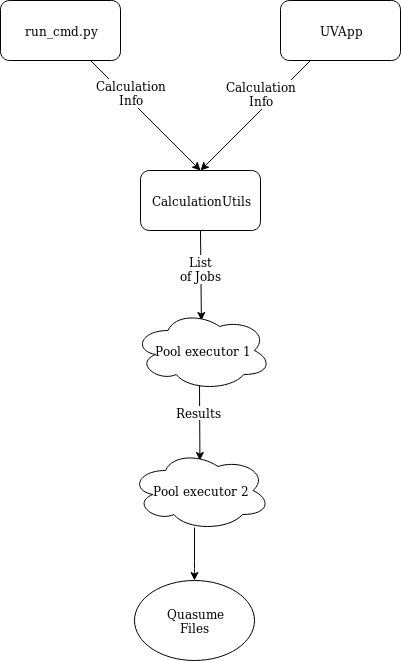
Earlier version of the draw.io export assets/technical_detail_1.png (pec0ra/buvic). Source tidied: cells renumbered, new cells last; positions are measured from the earlier drawing's top-left corner, leaving out a move shared by most shapes.
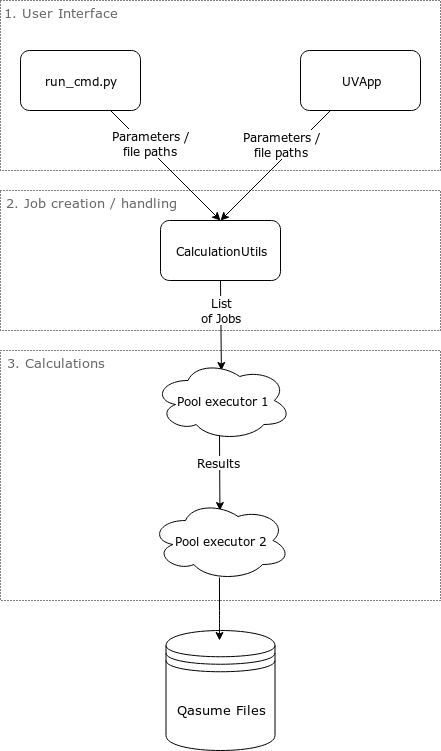
After the change.

Commit message:
[WIP] Technical detail section in readme

The edit, as a diff of the source:
```diff
@@ -2,64 +2,84 @@
   <root>
     <mxCell id="0" />
     <mxCell id="1" parent="0" />
-    <mxCell id="2" value="run_cmd.py" style="rounded=1;whiteSpace=wrap;html=1;" parent="1" vertex="1">
-      <mxGeometry width="120" height="60" as="geometry" />
+    <mxCell id="2" style="rounded=0;whiteSpace=wrap;html=1;fontFamily=Verdana;dashed=1;dashPattern=1 2;fillColor=none;" parent="1" vertex="1">
+      <mxGeometry x="-20" y="360" width="440" height="250" as="geometry" />
     </mxCell>
-    <mxCell id="3" value="UVApp" style="rounded=1;whiteSpace=wrap;html=1;" parent="1" vertex="1">
-      <mxGeometry x="280" width="120" height="60" as="geometry" />
+    <mxCell id="3" style="rounded=0;whiteSpace=wrap;html=1;fontFamily=Verdana;dashed=1;dashPattern=1 2;fillColor=none;" parent="1" vertex="1">
+      <mxGeometry x="-20" y="200" width="440" height="140" as="geometry" />
     </mxCell>
-    <mxCell id="4" value="CalculationUtils" style="rounded=1;whiteSpace=wrap;html=1;" parent="1" vertex="1">
-      <mxGeometry x="140" y="170" width="120" height="60" as="geometry" />
+    <mxCell id="4" style="rounded=0;whiteSpace=wrap;html=1;fontFamily=Verdana;dashed=1;dashPattern=1 2;fillColor=none;" parent="1" vertex="1">
+      <mxGeometry x="-20" y="10" width="440" height="170" as="geometry" />
     </mxCell>
-    <mxCell id="5" style="endArrow=classic;html=1;exitX=0.75;exitY=1;exitDx=0;exitDy=0;entryX=0.5;entryY=0;entryDx=0;entryDy=0;" parent="1" edge="1" source="2" target="4">
-      <mxGeometry relative="1" as="geometry" />
+    <mxCell id="5" value="run_cmd.py" style="rounded=1;whiteSpace=wrap;html=1;fontFamily=Verdana;" parent="1" vertex="1">
+      <mxGeometry y="60" width="120" height="60" as="geometry" />
     </mxCell>
-    <mxCell id="6" value="&lt;div&gt;Calculation&lt;/div&gt;&lt;div&gt;Info&lt;br&gt;&lt;/div&gt;" style="text;html=1;align=center;verticalAlign=middle;points=[];labelBackgroundColor=#ffffff;" parent="5" vertex="1">
-      <mxGeometry x="-0.38" y="3" relative="1" as="geometry">
-        <mxPoint x="4" as="offset" />
-      </mxGeometry>
+    <mxCell id="6" value="UVApp" style="rounded=1;whiteSpace=wrap;html=1;fontFamily=Verdana;" parent="1" vertex="1">
+      <mxGeometry x="280" y="60" width="120" height="60" as="geometry" />
     </mxCell>
-    <mxCell id="7" style="endArrow=classic;html=1;exitX=0.25;exitY=1;exitDx=0;exitDy=0;entryX=0.5;entryY=0;entryDx=0;entryDy=0;" parent="1" edge="1" source="3" target="4">
-      <mxGeometry relative="1" as="geometry" />
+    <mxCell id="7" value="CalculationUtils" style="rounded=1;whiteSpace=wrap;html=1;fontFamily=Verdana;" parent="1" vertex="1">
+      <mxGeometry x="140" y="230" width="120" height="60" as="geometry" />
     </mxCell>
-    <mxCell id="8" value="&lt;div&gt;Calculation&lt;/div&gt;&lt;div&gt;Info&lt;br&gt;&lt;/div&gt;" style="text;html=1;align=center;verticalAlign=middle;labelBackgroundColor=#ffffff;" parent="7" vertex="1">
-      <mxGeometry x="-0.43" y="1" relative="1" as="geometry">
-        <mxPoint x="-18" as="offset" />
-      </mxGeometry>
+    <mxCell id="8" style="endArrow=classic;html=1;exitX=0.75;exitY=1;exitDx=0;exitDy=0;entryX=0.5;entryY=0;entryDx=0;entryDy=0;fontFamily=Verdana;" parent="1" edge="1" source="5" target="7">
+      <mxGeometry relative="1" as="geometry" />
     </mxCell>
-    <mxCell id="9" style="endArrow=classic;html=1;exitX=0.5;exitY=1;exitDx=0;exitDy=0;entryX=0.492;entryY=0.125;entryDx=0;entryDy=0;entryPerimeter=0;" parent="1" edge="1" source="4" target="11">
-      <mxGeometry relative="1" as="geometry" />
+    <mxCell id="9" value="&lt;div&gt;Parameters /&lt;/div&gt;&lt;div&gt;file paths&lt;br&gt;&lt;/div&gt;" style="text;html=1;align=center;verticalAlign=middle;labelBackgroundColor=#ffffff;fontFamily=Verdana;" parent="8" vertex="1">
+      <mxGeometry x="-0.38" y="3" relative="1" as="geometry">
+        <mxPoint x="4" as="offset" />
+      </mxGeometry>
     </mxCell>
-    <mxCell id="10" value="&lt;div&gt;List&lt;/div&gt;&lt;div&gt;of Jobs&lt;br&gt;&lt;/div&gt;" style="text;html=1;align=center;verticalAlign=middle;labelBackgroundColor=#ffffff;" parent="9" vertex="1">
-      <mxGeometry x="-0.38" relative="1" as="geometry">
-        <mxPoint y="10" as="offset" />
-      </mxGeometry>
+    <mxCell id="10" style="endArrow=classic;html=1;exitX=0.25;exitY=1;exitDx=0;exitDy=0;entryX=0.5;entryY=0;entryDx=0;entryDy=0;fontFamily=Verdana;" parent="1" edge="1" source="6" target="7">
+      <mxGeometry relative="1" as="geometry" />
     </mxCell>
-    <mxCell id="11" value="Pool executor 1" style="ellipse;shape=cloud;whiteSpace=wrap;html=1;" parent="1" vertex="1">
-      <mxGeometry x="133" y="310" width="138" height="80" as="geometry" />
+    <mxCell id="11" value="&lt;div&gt;Parameters /&lt;/div&gt;&lt;div&gt;file paths&lt;br&gt;&lt;/div&gt;" style="text;html=1;align=center;verticalAlign=middle;points=[];labelBackgroundColor=#ffffff;fontFamily=Verdana;" parent="10" vertex="1">
+      <mxGeometry x="-0.43" y="1" relative="1" as="geometry">
+        <mxPoint x="-18" as="offset" />
+      </mxGeometry>
     </mxCell>
-    <mxCell id="12" style="endArrow=classic;html=1;entryX=0.496;entryY=0.125;entryDx=0;entryDy=0;entryPerimeter=0;" parent="1" edge="1" target="14">
-      <mxGeometry relative="1" as="geometry">
-        <mxPoint x="199" y="385" as="sourcePoint" />
-      </mxGeometry>
+    <mxCell id="12" style="endArrow=classic;html=1;exitX=0.5;exitY=1;exitDx=0;exitDy=0;entryX=0.492;entryY=0.125;entryDx=0;entryDy=0;entryPerimeter=0;fontFamily=Verdana;" parent="1" edge="1" source="7" target="14">
+      <mxGeometry relative="1" as="geometry" />
     </mxCell>
-    <mxCell id="13" value="Results" style="text;html=1;align=center;verticalAlign=middle;labelBackgroundColor=#ffffff;" parent="12" vertex="1">
-      <mxGeometry x="-0.34" y="-3" relative="1" as="geometry">
-        <mxPoint x="2" y="1" as="offset" />
+    <mxCell id="13" value="&lt;div&gt;List&lt;/div&gt;&lt;div&gt;of Jobs&lt;br&gt;&lt;/div&gt;" style="text;html=1;align=center;verticalAlign=middle;labelBackgroundColor=#ffffff;fontFamily=Verdana;" parent="12" vertex="1">
+      <mxGeometry x="-0.38" relative="1" as="geometry">
+        <mxPoint y="1" as="offset" />
       </mxGeometry>
     </mxCell>
-    <mxCell id="14" value="Pool executor 2" style="ellipse;shape=cloud;whiteSpace=wrap;html=1;" parent="1" vertex="1">
-      <mxGeometry x="130" y="450" width="140" height="80" as="geometry" />
+    <mxCell id="14" value="Pool executor 1" style="ellipse;shape=cloud;whiteSpace=wrap;html=1;fontFamily=Verdana;" parent="1" vertex="1">
+      <mxGeometry x="133" y="370" width="138" height="80" as="geometry" />
     </mxCell>
-    <mxCell id="15" style="endArrow=classic;html=1;exitX=0.457;exitY=0.963;exitDx=0;exitDy=0;exitPerimeter=0;" parent="1" edge="1" source="14" target="16">
+    <mxCell id="15" style="endArrow=classic;html=1;entryX=0.496;entryY=0.125;entryDx=0;entryDy=0;entryPerimeter=0;fontFamily=Verdana;" parent="1" edge="1" target="17">
       <mxGeometry relative="1" as="geometry">
-        <Array as="points">
-          <mxPoint x="194" y="570" />
-        </Array>
+        <mxPoint x="199" y="445" as="sourcePoint" />
       </mxGeometry>
     </mxCell>
-    <mxCell id="16" value="&lt;div&gt;Quasume&lt;/div&gt;&lt;div&gt;Files&lt;br&gt;&lt;/div&gt;" style="ellipse;whiteSpace=wrap;html=1;" parent="1" vertex="1">
-      <mxGeometry x="134" y="580" width="120" height="80" as="geometry" />
+    <mxCell id="16" value="Results" style="text;html=1;align=center;verticalAlign=middle;points=[];labelBackgroundColor=#ffffff;fontFamily=Verdana;" parent="15" vertex="1">
+      <mxGeometry x="-0.34" y="-3" relative="1" as="geometry">
+        <mxPoint x="2" y="1" as="offset" />
+      </mxGeometry>
     </mxCell>
+    <mxCell id="17" value="Pool executor 2" style="ellipse;shape=cloud;whiteSpace=wrap;html=1;fontFamily=Verdana;" parent="1" vertex="1">
+      <mxGeometry x="130" y="510" width="140" height="80" as="geometry" />
+    </mxCell>
+    <mxCell id="18" style="endArrow=classic;html=1;exitX=0.457;exitY=0.963;exitDx=0;exitDy=0;exitPerimeter=0;fontFamily=Verdana;" parent="1" edge="1">
+      <mxGeometry relative="1" as="geometry">
+        <mxPoint x="199" y="587" as="sourcePoint" />
+        <mxPoint x="199" y="650" as="targetPoint" />
+        <Array as="points">
+          <mxPoint x="199" y="630" />
+        </Array>
+      </mxGeometry>
+    </mxCell>
+    <mxCell id="19" value="1. User Interface" style="text;html=1;strokeColor=none;fillColor=none;align=center;verticalAlign=middle;whiteSpace=wrap;rounded=0;dashed=1;dashPattern=1 2;fontFamily=Verdana;fontSize=13;fontColor=#666666;" parent="1" vertex="1">
+      <mxGeometry x="-20" y="12" width="120" height="20" as="geometry" />
+    </mxCell>
+    <mxCell id="20" value="2. Job creation / handling" style="text;html=1;strokeColor=none;fillColor=none;align=center;verticalAlign=middle;whiteSpace=wrap;rounded=0;dashed=1;dashPattern=1 2;fontFamily=Verdana;fontSize=13;fontColor=#666666;" parent="1" vertex="1">
+      <mxGeometry x="-20" y="202" width="180" height="20" as="geometry" />
+    </mxCell>
+    <mxCell id="21" value="3. Calculations" style="text;html=1;strokeColor=none;fillColor=none;align=center;verticalAlign=middle;whiteSpace=wrap;rounded=0;dashed=1;dashPattern=1 2;fontFamily=Verdana;fontSize=13;fontColor=#666666;" parent="1" vertex="1">
+      <mxGeometry x="-20" y="362" width="110" height="20" as="geometry" />
+    </mxCell>
+    <mxCell id="22" value="Qasume Files" style="shape=datastore;whiteSpace=wrap;html=1;fillColor=none;fontFamily=Verdana;fontSize=13;fontColor=#000000;" parent="1" vertex="1">
+      <mxGeometry x="145.5" y="640" width="109" height="120" as="geometry" />
+    </mxCell>
   </root>
 </mxGraphModel>
```
